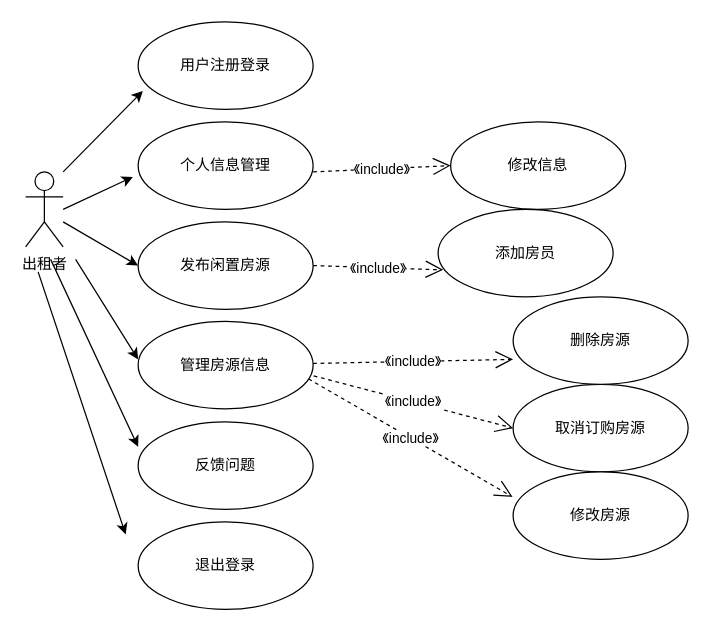
The draw.io diagram 出租者用例图.drawio in tangugu123/tangugu123.github.io, before the edit. Source tidied: cells renumbered, new cells numbered last; positions are measured from the earlier drawing's top-left corner, leaving out a move shared by most shapes. Both pictures are drawn from the tidied source at 125%, with x=0, y=0 at pixel (25, 21).
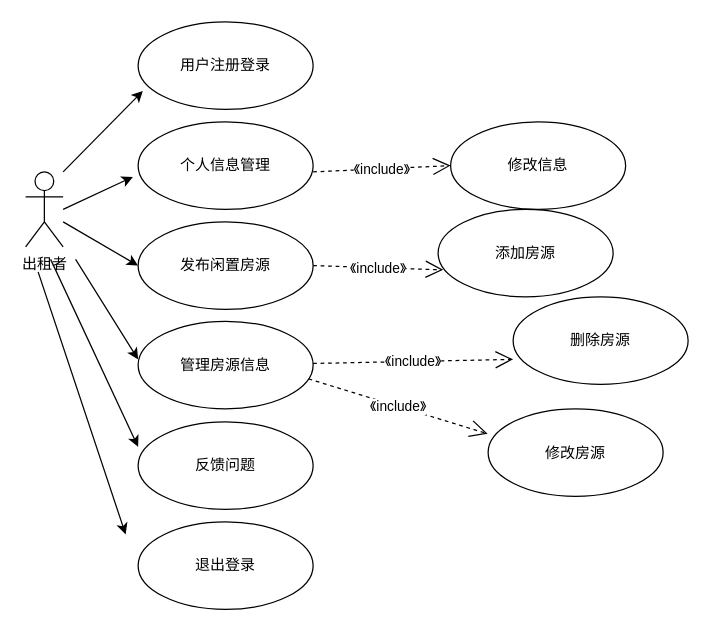
The same diagram, later.

Commit message:
更新出租者用例图.drawio

Unchanged cells that the change refers to:
```xml
<mxCell id="6" value="管理房源信息" style="ellipse;whiteSpace=wrap;html=1;" parent="1" vertex="1">
  <mxGeometry x="90" y="239.5" width="140" height="70" as="geometry" />
</mxCell>
```

What changed in the source:
```diff
@@
-    <mxCell id="17" value="添加房员" style="ellipse;whiteSpace=wrap;html=1;" parent="1" vertex="1">
+    <mxCell id="17" value="添加房源" style="ellipse;whiteSpace=wrap;html=1;" parent="1" vertex="1">
       <mxGeometry x="330" y="150" width="140" height="70" as="geometry" />
     </mxCell>
-    <mxCell id="18" value="取消订购房源" style="ellipse;whiteSpace=wrap;html=1;" parent="1" vertex="1">
-      <mxGeometry x="390" y="290" width="140" height="70" as="geometry" />
-    </mxCell>
@@
     <mxCell id="20" value="修改房源" style="ellipse;whiteSpace=wrap;html=1;" parent="1" vertex="1">
-      <mxGeometry x="390" y="360" width="140" height="70" as="geometry" />
+      <mxGeometry x="370" y="309.5" width="140" height="70" as="geometry" />
     </mxCell>
@@
-    <mxCell id="23" value="《include》" style="endArrow=open;endSize=12;dashed=1;html=1;rounded=0;entryX=0;entryY=0.5;entryDx=0;entryDy=0;exitX=1.003;exitY=0.624;exitDx=0;exitDy=0;exitPerimeter=0;" parent="1" edge="1" source="6" target="18">
-      <mxGeometry relative="1" as="geometry" />
-    </mxCell>
```
